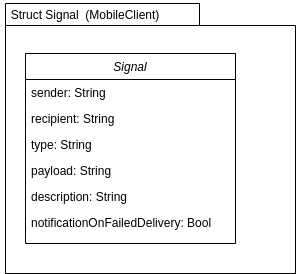
The draw.io diagram src/graphics/diagramms/Class_Signal_V01.png in jsvilling/IP6_Bachelorarbeit_Bericht_Cloudbasiertes_Praxisrufsystem, before a commit. Source tidied: cells renumbered, new cells last; positions are measured from the earlier drawing's top-left corner, leaving out a move shared by most shapes.
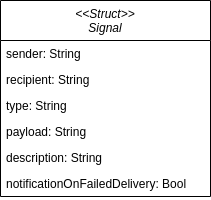
The same file after the commit.

The edit, as a diff of the source:
```diff
@@ -2,32 +2,26 @@
   <root>
     <mxCell id="0" />
     <mxCell id="1" parent="0" />
-    <mxCell id="2" value="Signal" style="swimlane;fontStyle=2;align=center;verticalAlign=top;horizontal=1;startSize=26;rounded=0;shadow=0;strokeWidth=1;" parent="1" vertex="1">
-      <mxGeometry x="25" y="53" width="210" height="190" as="geometry" />
+    <mxCell id="2" value="&lt;&lt;Struct&gt;&gt;&#10;Signal" style="swimlane;fontStyle=2;align=center;verticalAlign=top;horizontal=1;startSize=40;rounded=0;shadow=0;strokeWidth=1;" parent="1" vertex="1">
+      <mxGeometry x="25" y="53" width="210" height="196" as="geometry" />
     </mxCell>
     <mxCell id="3" value="sender: String" style="text;align=left;verticalAlign=top;spacingLeft=4;spacingRight=4;overflow=hidden;" parent="2" vertex="1">
-      <mxGeometry y="26" width="210" height="26" as="geometry" />
+      <mxGeometry y="40" width="210" height="26" as="geometry" />
     </mxCell>
     <mxCell id="4" value="recipient: String" style="text;align=left;verticalAlign=top;spacingLeft=4;spacingRight=4;overflow=hidden;rounded=0;shadow=0;html=0;" parent="2" vertex="1">
-      <mxGeometry y="52" width="210" height="26" as="geometry" />
+      <mxGeometry y="66" width="210" height="26" as="geometry" />
     </mxCell>
     <mxCell id="5" value="type: String" style="text;align=left;verticalAlign=top;spacingLeft=4;spacingRight=4;overflow=hidden;rounded=0;shadow=0;html=0;" parent="2" vertex="1">
-      <mxGeometry y="78" width="210" height="26" as="geometry" />
+      <mxGeometry y="92" width="210" height="26" as="geometry" />
     </mxCell>
     <mxCell id="6" value="payload: String" style="text;align=left;verticalAlign=top;spacingLeft=4;spacingRight=4;overflow=hidden;rounded=0;shadow=0;html=0;" parent="2" vertex="1">
-      <mxGeometry y="104" width="210" height="26" as="geometry" />
+      <mxGeometry y="118" width="210" height="26" as="geometry" />
     </mxCell>
     <mxCell id="7" value="description: String" style="text;align=left;verticalAlign=top;spacingLeft=4;spacingRight=4;overflow=hidden;rounded=0;shadow=0;html=0;" parent="2" vertex="1">
-      <mxGeometry y="130" width="210" height="26" as="geometry" />
+      <mxGeometry y="144" width="210" height="26" as="geometry" />
     </mxCell>
     <mxCell id="8" value="notificationOnFailedDelivery: Bool" style="text;align=left;verticalAlign=top;spacingLeft=4;spacingRight=4;overflow=hidden;rounded=0;shadow=0;html=0;" parent="2" vertex="1">
-      <mxGeometry y="156" width="210" height="26" as="geometry" />
+      <mxGeometry y="170" width="210" height="26" as="geometry" />
     </mxCell>
-    <mxCell id="9" style="shape=folder;fontStyle=1;spacingTop=10;tabWidth=194;tabHeight=22;tabPosition=left;html=1;rounded=0;shadow=0;comic=0;labelBackgroundColor=none;strokeWidth=1;fillColor=none;fontFamily=Verdana;fontSize=10;align=center;" parent="1" vertex="1">
-      <mxGeometry x="5" y="3" width="290" height="270" as="geometry" />
-    </mxCell>
-    <mxCell id="10" value="Struct Signal&amp;nbsp; (MobileClient)" style="text;html=1;strokeColor=none;fillColor=none;align=center;verticalAlign=middle;whiteSpace=wrap;rounded=0;" parent="1" vertex="1">
-      <mxGeometry width="170" height="30" as="geometry" />
-    </mxCell>
   </root>
 </mxGraphModel>
```
